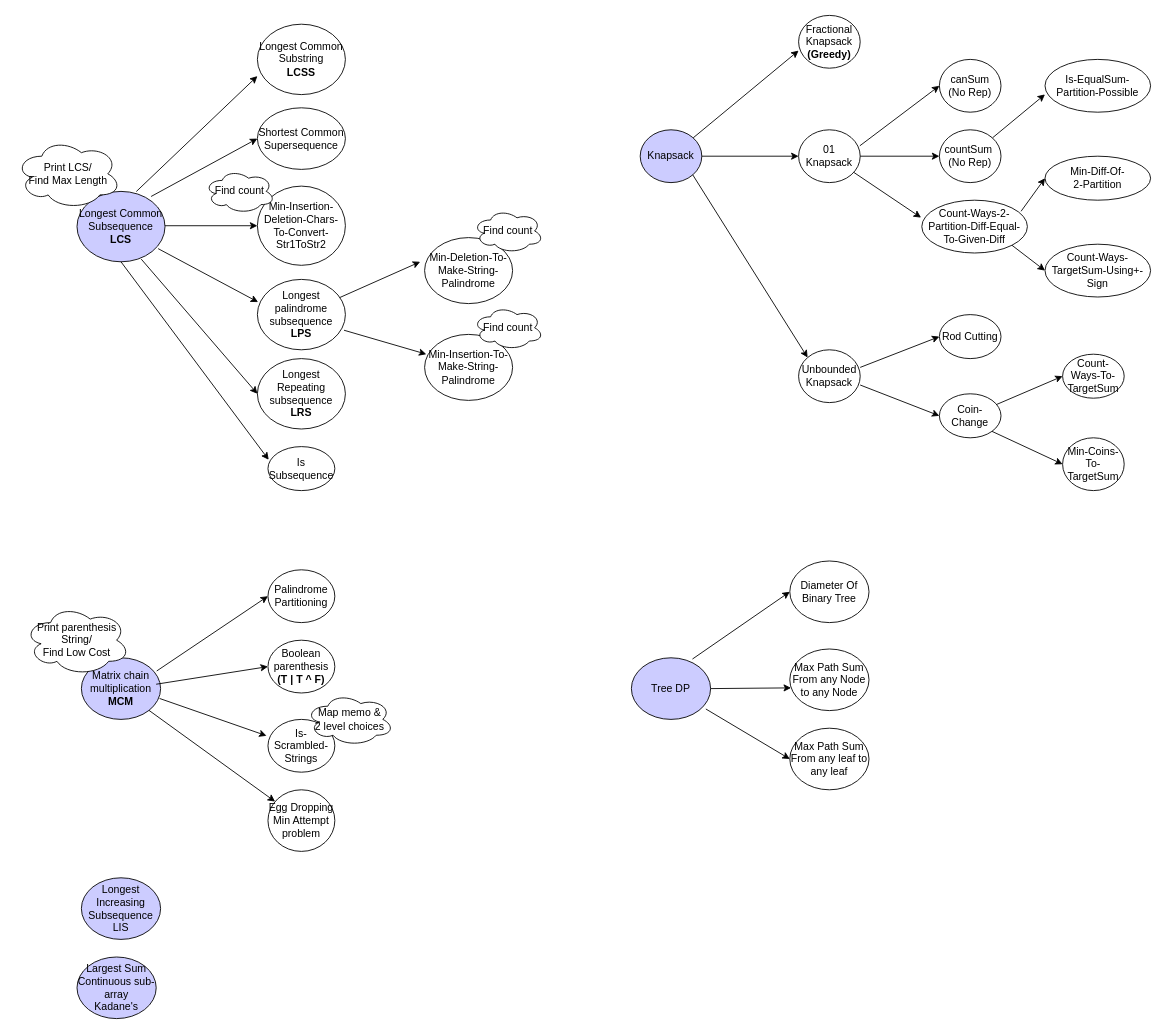
pintub/dataStructure-algo keeps this draw.io diagram as resources/dp/DPProblems.drawio. Above is the earlier version. Source tidied: cells renumbered, new cells numbered last; positions are measured from the earlier drawing's top-left corner, leaving out a move shared by most shapes. Both pictures are drawn from the tidied source at 88%, with x=0, y=0 at pixel (15, 15).
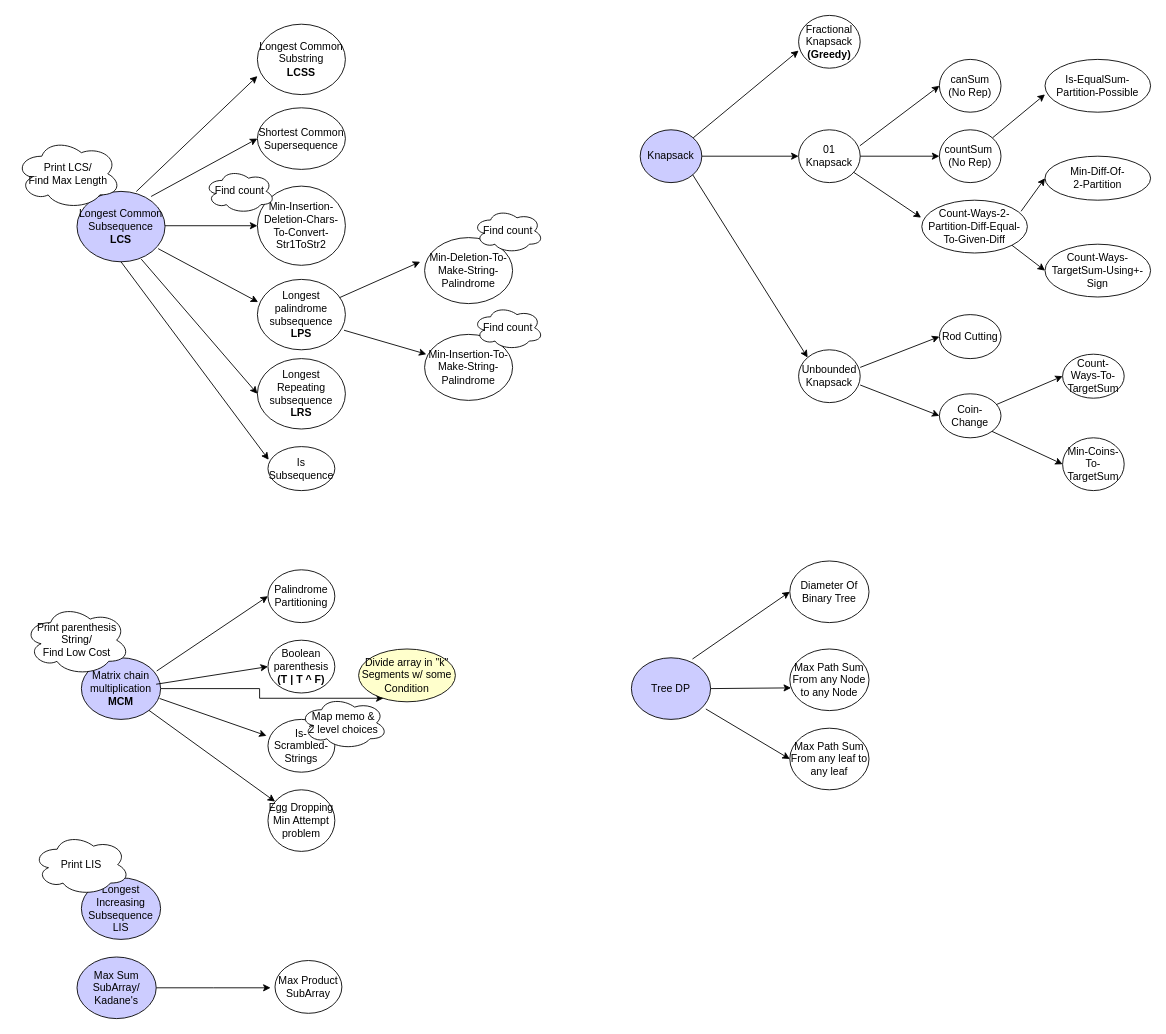
After the change.

Unchanged cells that the change refers to:
```xml
<mxCell id="50" value="Matrix chain multiplication&lt;br&gt;&lt;b&gt;MCM&lt;/b&gt;" style="ellipse;whiteSpace=wrap;html=1;fillColor=#CCCCFF;" parent="1" vertex="1">
  <mxGeometry x="75" y="730" width="90" height="70" as="geometry" />
</mxCell>
```

The edit, as a diff of the source:
```diff
@@
+    <mxCell id="70" style="edgeStyle=orthogonalEdgeStyle;rounded=0;jettySize=auto;html=1;entryX=0.258;entryY=0.933;entryDx=0;entryDy=0;entryPerimeter=0;" parent="1" edge="1" source="50" target="74">
+      <mxGeometry relative="1" as="geometry" />
+    </mxCell>
@@
     <mxCell id="55" value="Map memo &amp;amp;&lt;br&gt;2 level choices" style="ellipse;shape=cloud;whiteSpace=wrap;html=1;" parent="1" vertex="1">
-      <mxGeometry x="330" y="770" width="100" height="60" as="geometry" />
+      <mxGeometry x="323" y="774" width="100" height="60" as="geometry" />
     </mxCell>
@@
+    <mxCell id="71" style="edgeStyle=orthogonalEdgeStyle;rounded=0;jettySize=auto;html=1;" parent="1" edge="1" source="69">
+      <mxGeometry relative="1" as="geometry">
+        <mxPoint x="290" y="1105" as="targetPoint" />
+      </mxGeometry>
+    </mxCell>
-    <mxCell id="69" value="Largest Sum Continuous sub-array&lt;br&gt;Kadane's" style="ellipse;whiteSpace=wrap;html=1;fillColor=#CCCCFF;" parent="1" vertex="1">
+    <mxCell id="69" value="Max Sum SubArray/&lt;br&gt;Kadane's" style="ellipse;whiteSpace=wrap;html=1;fillColor=#CCCCFF;" parent="1" vertex="1">
       <mxGeometry x="70" y="1070" width="90" height="70" as="geometry" />
     </mxCell>
+    <mxCell id="72" value="Print LIS" style="ellipse;shape=cloud;whiteSpace=wrap;html=1;" parent="1" vertex="1">
+      <mxGeometry x="20" y="930" width="110" height="70" as="geometry" />
+    </mxCell>
+    <mxCell id="73" value="Max Product SubArray" style="ellipse;whiteSpace=wrap;html=1;" parent="1" vertex="1">
+      <mxGeometry x="295" y="1074" width="76" height="60" as="geometry" />
+    </mxCell>
+    <mxCell id="74" value="Divide array in &quot;k&quot; Segments w/ some Condition" style="ellipse;whiteSpace=wrap;html=1;fillColor=#FFFFCC;" parent="1" vertex="1">
+      <mxGeometry x="390" y="720" width="110" height="60" as="geometry" />
+    </mxCell>
```
